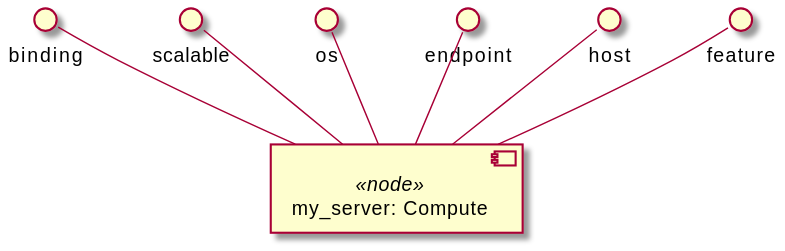
This is examples/ariatosca/diagrams/uml2/compute-1-1.0-uml2-component-diagram2.svg from Orange-OpenSource/Cloudnet-TOSCA-toolbox, a PlantUML export, as it was before one commit.
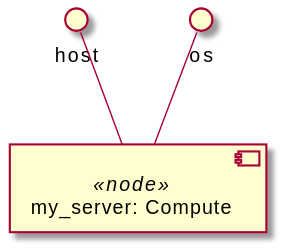
After the change.

What changed in the source:
```diff
@@ -4,20 +4,10 @@
   backgroundColor<<relationship>> White
 }
 
-together {
 component "my_server: Compute" <<node>> as node_my_server
-interface "feature" as node_my_server_feature
-node_my_server_feature -- node_my_server
 interface "host" as node_my_server_host
 node_my_server_host -- node_my_server
-interface "endpoint" as node_my_server_endpoint
-node_my_server_endpoint -- node_my_server
 interface "os" as node_my_server_os
 node_my_server_os -- node_my_server
-interface "scalable" as node_my_server_scalable
-node_my_server_scalable -- node_my_server
-interface "binding" as node_my_server_binding
-node_my_server_binding -- node_my_server
-}
 
 @enduml
```
